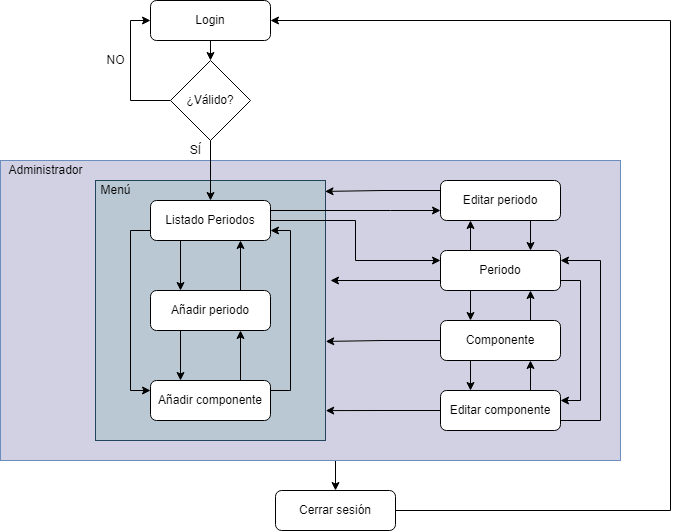
Earlier version of the draw.io export documentacion/figures/nav-admin.png (isafdezpe/museo-eii). Source tidied: cells renumbered, new cells last; positions are measured from the earlier drawing's top-left corner, leaving out a move shared by most shapes. Source of this version:
```xml
<mxGraphModel>
  <root>
    <mxCell id="0" />
    <mxCell id="1" parent="0" />
    <mxCell id="2" style="edgeStyle=orthogonalEdgeStyle;rounded=0;jettySize=auto;html=1;exitX=0.5;exitY=1;exitDx=0;exitDy=0;entryX=0.5;entryY=0;entryDx=0;entryDy=0;startArrow=none;startFill=0;" parent="1" edge="1" source="3" target="41">
      <mxGeometry relative="1" as="geometry" />
    </mxCell>
    <mxCell id="3" style="rounded=0;whiteSpace=wrap;html=1;fillColor=#D1D1E3;strokeColor=#6c8ebf;" parent="1" vertex="1">
      <mxGeometry y="160" width="620" height="300" as="geometry" />
    </mxCell>
    <mxCell id="4" style="rounded=0;whiteSpace=wrap;html=1;fillColor=#bac8d3;strokeColor=#23445d;" parent="1" vertex="1">
      <mxGeometry x="95" y="180" width="230" height="260" as="geometry" />
    </mxCell>
    <mxCell id="5" style="edgeStyle=orthogonalEdgeStyle;rounded=0;jettySize=auto;html=1;exitX=0.5;exitY=1;exitDx=0;exitDy=0;entryX=0.5;entryY=0;entryDx=0;entryDy=0;" parent="1" edge="1" source="6" target="9">
      <mxGeometry relative="1" as="geometry" />
    </mxCell>
    <mxCell id="6" value="Login" style="rounded=1;whiteSpace=wrap;html=1;" parent="1" vertex="1">
      <mxGeometry x="150" width="120" height="40" as="geometry" />
    </mxCell>
    <mxCell id="7" style="edgeStyle=orthogonalEdgeStyle;rounded=0;jettySize=auto;html=1;exitX=0.5;exitY=1;exitDx=0;exitDy=0;entryX=0.5;entryY=0;entryDx=0;entryDy=0;" parent="1" edge="1" source="9" target="14">
      <mxGeometry relative="1" as="geometry" />
    </mxCell>
    <mxCell id="8" style="edgeStyle=orthogonalEdgeStyle;rounded=0;jettySize=auto;html=1;exitX=0;exitY=0.5;exitDx=0;exitDy=0;entryX=0;entryY=0.5;entryDx=0;entryDy=0;startArrow=none;startFill=0;" parent="1" edge="1" source="9" target="6">
      <mxGeometry relative="1" as="geometry" />
    </mxCell>
    <mxCell id="9" value="¿Válido?" style="rhombus;whiteSpace=wrap;html=1;" parent="1" vertex="1">
      <mxGeometry x="170" y="60" width="80" height="80" as="geometry" />
    </mxCell>
    <mxCell id="10" style="edgeStyle=orthogonalEdgeStyle;rounded=0;jettySize=auto;html=1;exitX=0.25;exitY=1;exitDx=0;exitDy=0;entryX=0.25;entryY=0;entryDx=0;entryDy=0;startArrow=none;startFill=0;" parent="1" edge="1" source="14" target="25">
      <mxGeometry relative="1" as="geometry" />
    </mxCell>
    <mxCell id="11" style="edgeStyle=orthogonalEdgeStyle;rounded=0;jettySize=auto;html=1;exitX=0;exitY=0.75;exitDx=0;exitDy=0;entryX=0;entryY=0.25;entryDx=0;entryDy=0;startArrow=none;startFill=0;" parent="1" edge="1" source="14" target="28">
      <mxGeometry relative="1" as="geometry" />
    </mxCell>
    <mxCell id="12" style="edgeStyle=orthogonalEdgeStyle;rounded=0;jettySize=auto;html=1;exitX=1;exitY=0.25;exitDx=0;exitDy=0;entryX=0;entryY=0.75;entryDx=0;entryDy=0;startArrow=none;startFill=0;" parent="1" edge="1" source="14" target="35">
      <mxGeometry relative="1" as="geometry">
        <Array as="points">
          <mxPoint x="390" y="210" />
          <mxPoint x="390" y="210" />
        </Array>
      </mxGeometry>
    </mxCell>
    <mxCell id="13" style="edgeStyle=orthogonalEdgeStyle;rounded=0;jettySize=auto;html=1;exitX=1;exitY=0.5;exitDx=0;exitDy=0;entryX=0;entryY=0.25;entryDx=0;entryDy=0;startArrow=none;startFill=0;" parent="1" edge="1" source="14" target="22">
      <mxGeometry relative="1" as="geometry" />
    </mxCell>
    <mxCell id="14" value="Listado Periodos" style="rounded=1;whiteSpace=wrap;html=1;" parent="1" vertex="1">
      <mxGeometry x="150" y="200" width="120" height="40" as="geometry" />
    </mxCell>
    <mxCell id="15" style="edgeStyle=orthogonalEdgeStyle;rounded=0;orthogonalLoop=1;jettySize=auto;html=1;exitX=0.5;exitY=1;exitDx=0;exitDy=0;" parent="1" edge="1" source="14" target="14">
      <mxGeometry relative="1" as="geometry" />
    </mxCell>
    <mxCell id="16" value="SÍ" style="text;html=1;align=center;verticalAlign=middle;strokeColor=none;fillColor=none;" parent="1" vertex="1">
      <mxGeometry x="180" y="140" width="30" height="20" as="geometry" />
    </mxCell>
    <mxCell id="17" value="NO" style="text;html=1;align=center;verticalAlign=middle;strokeColor=none;fillColor=none;" parent="1" vertex="1">
      <mxGeometry x="100" y="50" width="30" height="20" as="geometry" />
    </mxCell>
    <mxCell id="18" style="edgeStyle=orthogonalEdgeStyle;rounded=0;jettySize=auto;html=1;exitX=0.25;exitY=0;exitDx=0;exitDy=0;entryX=0.25;entryY=1;entryDx=0;entryDy=0;startArrow=none;startFill=0;" parent="1" edge="1" source="22" target="35">
      <mxGeometry relative="1" as="geometry" />
    </mxCell>
    <mxCell id="19" style="edgeStyle=none;rounded=0;jettySize=auto;html=1;exitX=0.25;exitY=1;exitDx=0;exitDy=0;entryX=0.25;entryY=0;entryDx=0;entryDy=0;startArrow=none;startFill=0;" parent="1" edge="1" source="22" target="32">
      <mxGeometry relative="1" as="geometry" />
    </mxCell>
    <mxCell id="20" style="edgeStyle=orthogonalEdgeStyle;rounded=0;jettySize=auto;html=1;exitX=1;exitY=0.75;exitDx=0;exitDy=0;entryX=1;entryY=0.25;entryDx=0;entryDy=0;startArrow=none;startFill=0;" parent="1" edge="1" source="22" target="39">
      <mxGeometry relative="1" as="geometry" />
    </mxCell>
    <mxCell id="21" style="edgeStyle=orthogonalEdgeStyle;rounded=0;jettySize=auto;html=1;exitX=0;exitY=0.75;exitDx=0;exitDy=0;startArrow=none;startFill=0;" parent="1" edge="1" source="22">
      <mxGeometry relative="1" as="geometry">
        <mxPoint x="330" y="280" as="targetPoint" />
        <Array as="points">
          <mxPoint x="330" y="280" />
          <mxPoint x="330" y="280" />
        </Array>
      </mxGeometry>
    </mxCell>
    <mxCell id="22" value="Periodo" style="rounded=1;whiteSpace=wrap;html=1;" parent="1" vertex="1">
      <mxGeometry x="440" y="250" width="120" height="40" as="geometry" />
    </mxCell>
    <mxCell id="23" style="edgeStyle=orthogonalEdgeStyle;rounded=0;jettySize=auto;html=1;exitX=0.25;exitY=1;exitDx=0;exitDy=0;entryX=0.25;entryY=0;entryDx=0;entryDy=0;startArrow=none;startFill=0;" parent="1" edge="1" source="25" target="28">
      <mxGeometry relative="1" as="geometry" />
    </mxCell>
    <mxCell id="24" style="edgeStyle=orthogonalEdgeStyle;rounded=0;jettySize=auto;html=1;exitX=0.75;exitY=0;exitDx=0;exitDy=0;entryX=0.75;entryY=1;entryDx=0;entryDy=0;startArrow=none;startFill=0;" parent="1" edge="1" source="25" target="14">
      <mxGeometry relative="1" as="geometry" />
    </mxCell>
    <mxCell id="25" value="Añadir periodo" style="rounded=1;whiteSpace=wrap;html=1;" parent="1" vertex="1">
      <mxGeometry x="150" y="290" width="120" height="40" as="geometry" />
    </mxCell>
    <mxCell id="26" style="edgeStyle=orthogonalEdgeStyle;rounded=0;jettySize=auto;html=1;exitX=0.75;exitY=0;exitDx=0;exitDy=0;entryX=0.75;entryY=1;entryDx=0;entryDy=0;startArrow=none;startFill=0;" parent="1" edge="1" source="28" target="25">
      <mxGeometry relative="1" as="geometry" />
    </mxCell>
    <mxCell id="27" style="edgeStyle=orthogonalEdgeStyle;rounded=0;jettySize=auto;html=1;exitX=1;exitY=0.25;exitDx=0;exitDy=0;entryX=1;entryY=0.75;entryDx=0;entryDy=0;startArrow=none;startFill=0;" parent="1" edge="1" source="28" target="14">
      <mxGeometry relative="1" as="geometry" />
    </mxCell>
    <mxCell id="28" value="Añadir componente" style="rounded=1;whiteSpace=wrap;html=1;" parent="1" vertex="1">
      <mxGeometry x="150" y="380" width="120" height="40" as="geometry" />
    </mxCell>
    <mxCell id="29" style="edgeStyle=none;rounded=0;jettySize=auto;html=1;exitX=0.75;exitY=0;exitDx=0;exitDy=0;entryX=0.75;entryY=1;entryDx=0;entryDy=0;startArrow=none;startFill=0;" parent="1" edge="1" source="32" target="22">
      <mxGeometry relative="1" as="geometry" />
    </mxCell>
    <mxCell id="30" style="edgeStyle=none;rounded=0;jettySize=auto;html=1;exitX=0.25;exitY=1;exitDx=0;exitDy=0;entryX=0.25;entryY=0;entryDx=0;entryDy=0;startArrow=none;startFill=0;" parent="1" edge="1" source="32" target="39">
      <mxGeometry relative="1" as="geometry" />
    </mxCell>
    <mxCell id="31" style="edgeStyle=orthogonalEdgeStyle;rounded=0;jettySize=auto;html=1;exitX=0;exitY=0.5;exitDx=0;exitDy=0;startArrow=none;startFill=0;entryX=1.001;entryY=0.619;entryDx=0;entryDy=0;entryPerimeter=0;" parent="1" edge="1" source="32" target="4">
      <mxGeometry relative="1" as="geometry" />
    </mxCell>
    <mxCell id="32" value="Componente" style="rounded=1;whiteSpace=wrap;html=1;" parent="1" vertex="1">
      <mxGeometry x="440" y="320" width="120" height="40" as="geometry" />
    </mxCell>
    <mxCell id="33" style="edgeStyle=orthogonalEdgeStyle;rounded=0;jettySize=auto;html=1;exitX=0.75;exitY=1;exitDx=0;exitDy=0;entryX=0.75;entryY=0;entryDx=0;entryDy=0;startArrow=none;startFill=0;" parent="1" edge="1" source="35" target="22">
      <mxGeometry relative="1" as="geometry" />
    </mxCell>
    <mxCell id="34" style="edgeStyle=orthogonalEdgeStyle;rounded=0;jettySize=auto;html=1;exitX=0;exitY=0.25;exitDx=0;exitDy=0;startArrow=none;startFill=0;entryX=0.998;entryY=0.042;entryDx=0;entryDy=0;entryPerimeter=0;" parent="1" edge="1" source="35" target="4">
      <mxGeometry relative="1" as="geometry" />
    </mxCell>
    <mxCell id="35" value="Editar periodo" style="rounded=1;whiteSpace=wrap;html=1;" parent="1" vertex="1">
      <mxGeometry x="440" y="180" width="120" height="40" as="geometry" />
    </mxCell>
    <mxCell id="36" style="edgeStyle=none;rounded=0;jettySize=auto;html=1;exitX=0.75;exitY=0;exitDx=0;exitDy=0;entryX=0.75;entryY=1;entryDx=0;entryDy=0;startArrow=none;startFill=0;" parent="1" edge="1" source="39" target="32">
      <mxGeometry relative="1" as="geometry" />
    </mxCell>
    <mxCell id="37" style="edgeStyle=orthogonalEdgeStyle;rounded=0;jettySize=auto;html=1;exitX=1;exitY=0.75;exitDx=0;exitDy=0;entryX=1;entryY=0.25;entryDx=0;entryDy=0;startArrow=none;startFill=0;" parent="1" edge="1" source="39" target="22">
      <mxGeometry relative="1" as="geometry">
        <Array as="points">
          <mxPoint x="600" y="420" />
          <mxPoint x="600" y="260" />
        </Array>
      </mxGeometry>
    </mxCell>
    <mxCell id="38" style="edgeStyle=orthogonalEdgeStyle;rounded=0;jettySize=auto;html=1;exitX=0;exitY=0.5;exitDx=0;exitDy=0;entryX=1.001;entryY=0.885;entryDx=0;entryDy=0;entryPerimeter=0;startArrow=none;startFill=0;" parent="1" edge="1" source="39" target="4">
      <mxGeometry relative="1" as="geometry" />
    </mxCell>
    <mxCell id="39" value="Editar componente" style="rounded=1;whiteSpace=wrap;html=1;" parent="1" vertex="1">
      <mxGeometry x="440" y="390" width="120" height="40" as="geometry" />
    </mxCell>
    <mxCell id="40" style="edgeStyle=orthogonalEdgeStyle;rounded=0;jettySize=auto;html=1;exitX=1;exitY=0.5;exitDx=0;exitDy=0;entryX=1;entryY=0.5;entryDx=0;entryDy=0;startArrow=none;startFill=0;" parent="1" edge="1" source="41" target="6">
      <mxGeometry relative="1" as="geometry">
        <Array as="points">
          <mxPoint x="670" y="510" />
          <mxPoint x="670" y="20" />
        </Array>
      </mxGeometry>
    </mxCell>
    <mxCell id="41" value="Cerrar sesión" style="rounded=1;whiteSpace=wrap;html=1;" parent="1" vertex="1">
      <mxGeometry x="275" y="490" width="120" height="40" as="geometry" />
    </mxCell>
    <mxCell id="42" value="Menú" style="text;html=1;align=center;verticalAlign=middle;strokeColor=none;fillColor=none;" parent="1" vertex="1">
      <mxGeometry x="90" y="180" width="50" height="20" as="geometry" />
    </mxCell>
    <mxCell id="43" value="Administrador" style="text;html=1;align=center;verticalAlign=middle;strokeColor=none;fillColor=none;" parent="1" vertex="1">
      <mxGeometry y="160" width="90" height="20" as="geometry" />
    </mxCell>
  </root>
</mxGraphModel>
```
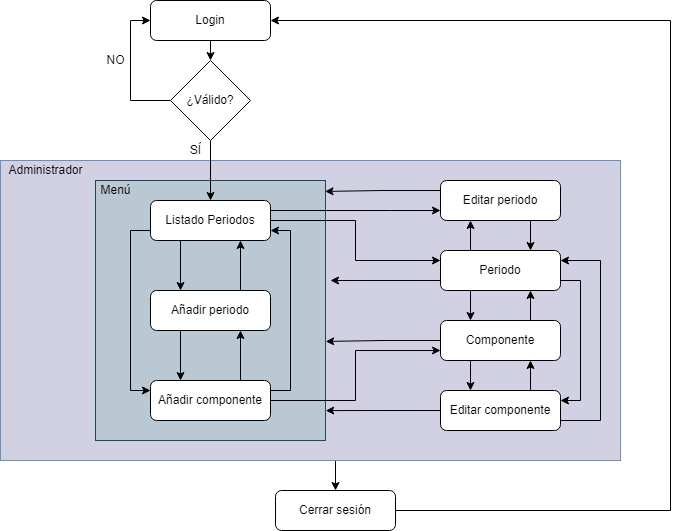
The same file after the commit.

The edit, as a diff of the source:
```diff
@@ -91,6 +91,9 @@
     <mxCell id="27" style="edgeStyle=orthogonalEdgeStyle;rounded=0;jettySize=auto;html=1;exitX=1;exitY=0.25;exitDx=0;exitDy=0;entryX=1;entryY=0.75;entryDx=0;entryDy=0;startArrow=none;startFill=0;" parent="1" edge="1" source="28" target="14">
       <mxGeometry relative="1" as="geometry" />
     </mxCell>
+    <mxCell id="44" style="edgeStyle=orthogonalEdgeStyle;rounded=0;jettySize=auto;html=1;exitX=1;exitY=0.5;exitDx=0;exitDy=0;entryX=0;entryY=0.75;entryDx=0;entryDy=0;" parent="1" edge="1" source="28" target="32">
+      <mxGeometry relative="1" as="geometry" />
+    </mxCell>
     <mxCell id="28" value="Añadir componente" style="rounded=1;whiteSpace=wrap;html=1;" parent="1" vertex="1">
       <mxGeometry x="150" y="380" width="120" height="40" as="geometry" />
     </mxCell>
```
